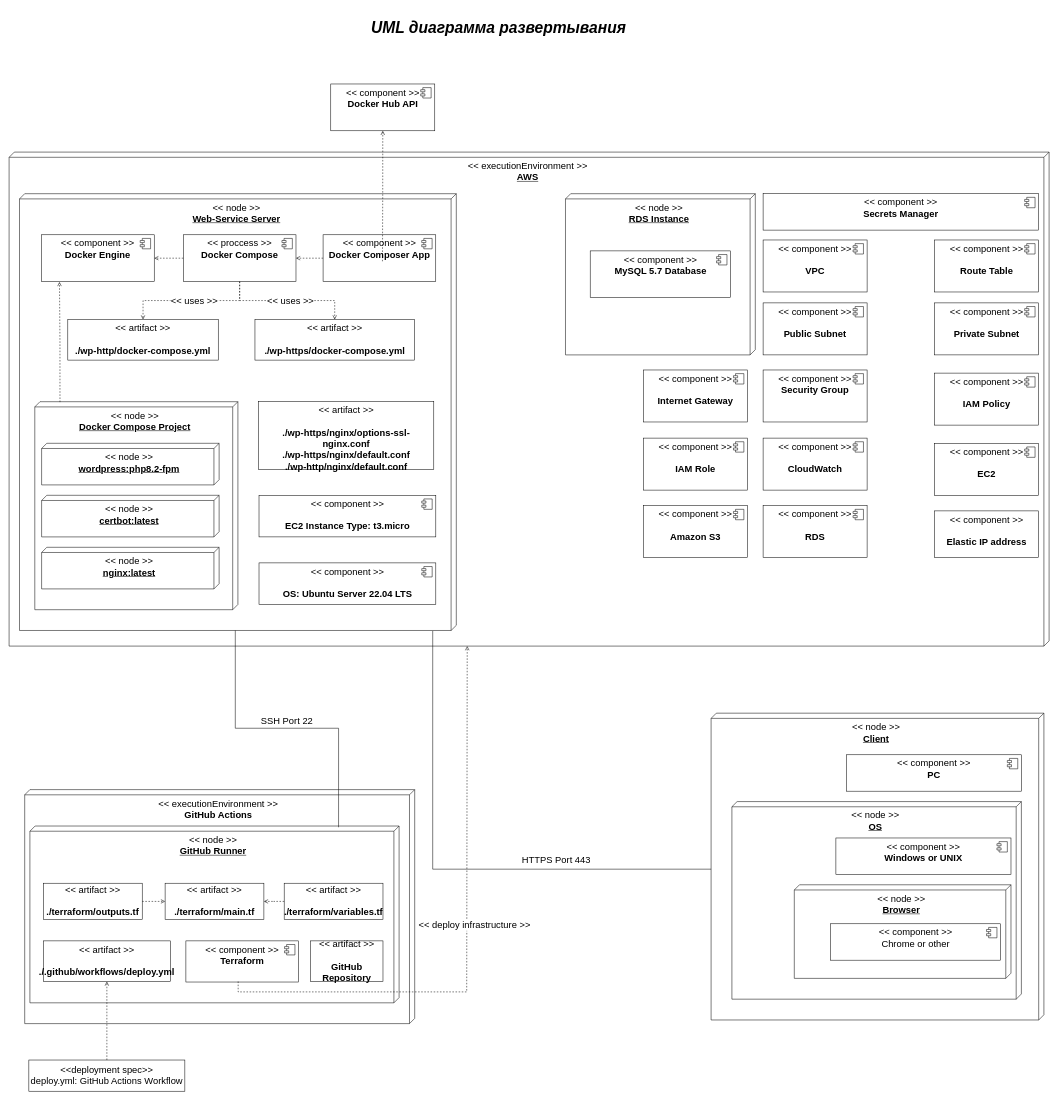
Above: graphic/A1/drawio/UML диаграмма развертывания.drawio in kh0mka/Diploma (draw.io), before the change. Source tidied: cells renumbered, new cells numbered last; positions are measured from the earlier drawing's top-left corner, leaving out a move shared by most shapes. Both pictures are drawn from the tidied source at 52%, with x=0, y=0 at pixel (9, 27).
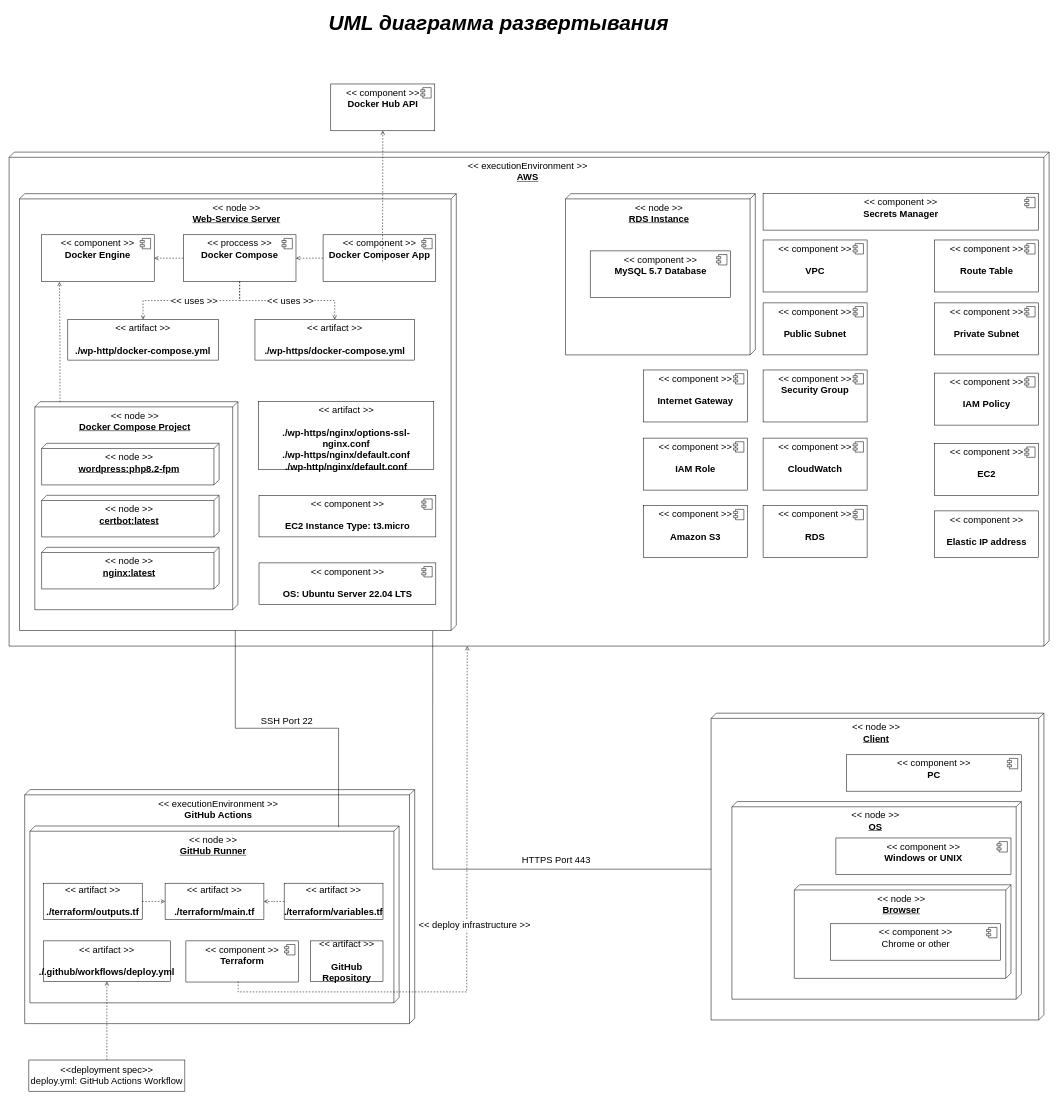
After the change.

Change to the diagram source:
```diff
@@
-    <mxCell id="28" value="&lt;font face=&quot;GOST type B&quot; style=&quot;font-size: 30px;&quot;&gt;&lt;i&gt;&lt;b&gt;UML диаграмма развертывания&lt;/b&gt;&lt;/i&gt;&lt;/font&gt;" style="edgeLabel;html=1;align=center;verticalAlign=middle;fontSize=30;" parent="1" vertex="1">
-      <mxGeometry x="940" as="geometry" />
+    <mxCell id="28" value="&lt;font style=&quot;font-size: 40px;&quot; face=&quot;GOST type B&quot;&gt;&lt;i style=&quot;font-size: 40px;&quot;&gt;&lt;b style=&quot;font-size: 40px;&quot;&gt;UML диаграмма развертывания&lt;/b&gt;&lt;/i&gt;&lt;/font&gt;" style="edgeLabel;html=1;align=center;verticalAlign=middle;fontSize=40;" parent="1" vertex="1">
+      <mxGeometry x="940" y="-10" as="geometry" />
     </mxCell>
```
